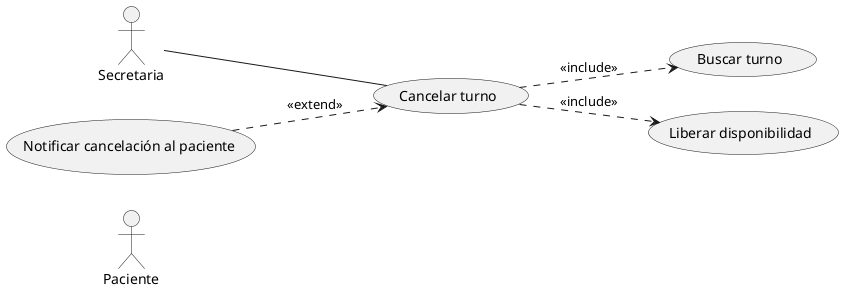
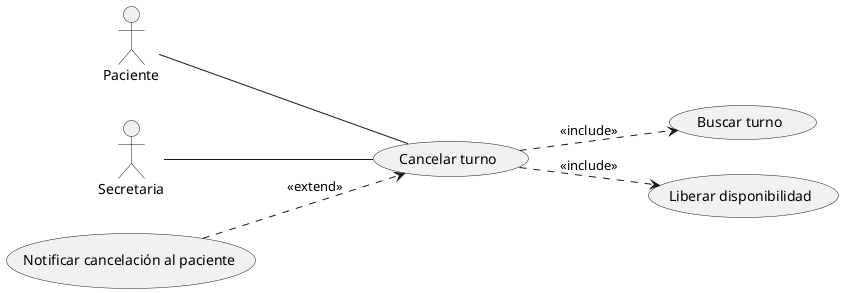
@startuml
left to right direction
actor Paciente
actor Secretaria

usecase "Cancelar turno" as UC1
usecase "Buscar turno" as UC2
usecase "Liberar disponibilidad" as UC3
usecase "Notificar cancelación al paciente" as UC4

+ Paciente -- UC1
Secretaria -- UC1

UC1 ..> UC2 : <<include>>
UC1 ..> UC3 : <<include>>
UC4 ..> UC1 : <<extend>>
@enduml